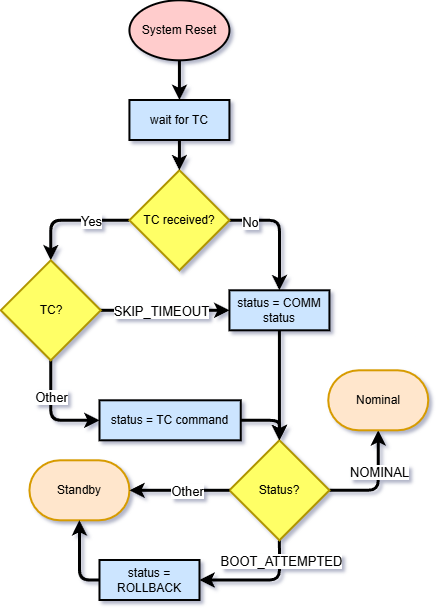
Above: Diagrams/ESA Secure Boot Flowchart.Startup.png in matyaskollert/ESA-SAVOIR-Secure-Boot (draw.io), before the change. Source tidied: cells renumbered, new cells last; positions are measured from the earlier drawing's top-left corner, leaving out a move shared by most shapes.
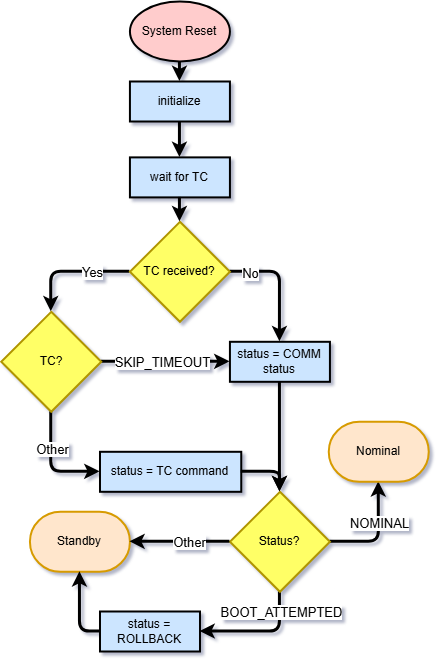
Above is the later version.

What changed in the source:
```diff
@@ -3,7 +3,7 @@
     <mxCell id="0" />
     <mxCell id="1" parent="0" />
     <mxCell id="2" value="System Reset" style="strokeWidth=2;html=1;shape=mxgraph.flowchart.start_1;whiteSpace=wrap;rounded=0;fillColor=#FFCCCC;" parent="1" vertex="1">
-      <mxGeometry x="128.4" y="0.3" width="100" height="60" as="geometry" />
+      <mxGeometry x="128.4" y="-50" width="100" height="60" as="geometry" />
     </mxCell>
     <mxCell id="3" style="edgeStyle=orthogonalEdgeStyle;rounded=1;jettySize=auto;html=1;exitX=0;exitY=0.5;exitDx=0;exitDy=0;exitPerimeter=0;entryX=0.5;entryY=0;entryDx=0;entryDy=0;entryPerimeter=0;strokeWidth=3;curved=0;" parent="1" edge="1" source="7" target="13">
       <mxGeometry relative="1" as="geometry" />
@@ -80,14 +80,14 @@
     <mxCell id="25" value="Other" style="edgeLabel;html=1;align=center;verticalAlign=middle;fontSize=13;" parent="24" vertex="1">
       <mxGeometry x="-0.15" relative="1" as="geometry" />
     </mxCell>
-    <mxCell id="26" style="edgeStyle=orthogonalEdgeStyle;rounded=1;jettySize=auto;html=1;exitX=0.5;exitY=1;exitDx=0;exitDy=0;entryX=0.5;entryY=0;entryDx=0;entryDy=0;entryPerimeter=0;strokeWidth=3;curved=0;" parent="1" edge="1" source="28" target="7">
+    <mxCell id="26" style="edgeStyle=orthogonalEdgeStyle;rounded=1;jettySize=auto;html=1;exitX=0.5;exitY=1;exitDx=0;exitDy=0;entryX=0.5;entryY=0;entryDx=0;entryDy=0;strokeWidth=3;curved=0;" parent="1" edge="1" source="28" target="31">
       <mxGeometry relative="1" as="geometry" />
     </mxCell>
     <mxCell id="27" style="edgeStyle=orthogonalEdgeStyle;rounded=1;jettySize=auto;html=1;exitX=0.5;exitY=1;exitDx=0;exitDy=0;exitPerimeter=0;entryX=0.5;entryY=0;entryDx=0;entryDy=0;strokeWidth=3;curved=0;" parent="1" edge="1" source="2" target="28">
       <mxGeometry relative="1" as="geometry" />
     </mxCell>
-    <mxCell id="28" value="wait for TC" style="rounded=0;whiteSpace=wrap;html=1;absoluteArcSize=1;arcSize=14;strokeWidth=2;fillColor=#CCE5FF;" parent="1" vertex="1">
-      <mxGeometry x="128.4" y="100" width="100" height="40" as="geometry" />
+    <mxCell id="28" value="initialize" style="rounded=0;whiteSpace=wrap;html=1;absoluteArcSize=1;arcSize=14;strokeWidth=2;fillColor=#CCE5FF;" parent="1" vertex="1">
+      <mxGeometry x="128.4" y="30" width="100" height="40" as="geometry" />
     </mxCell>
     <mxCell id="29" value="status = ROLLBACK" style="rounded=0;whiteSpace=wrap;html=1;absoluteArcSize=1;arcSize=14;strokeWidth=2;fillColor=#CCE5FF;" parent="1" vertex="1">
       <mxGeometry x="98.5" y="560" width="100" height="40" as="geometry" />
@@ -95,5 +95,11 @@
     <mxCell id="30" style="edgeStyle=orthogonalEdgeStyle;rounded=1;jettySize=auto;html=1;exitX=0;exitY=0.5;exitDx=0;exitDy=0;entryX=0.5;entryY=1;entryDx=0;entryDy=0;entryPerimeter=0;strokeWidth=3;curved=0;" parent="1" edge="1" source="29" target="23">
       <mxGeometry relative="1" as="geometry" />
     </mxCell>
+    <mxCell id="31" value="wait for TC" style="rounded=0;whiteSpace=wrap;html=1;absoluteArcSize=1;arcSize=14;strokeWidth=2;fillColor=#CCE5FF;" parent="1" vertex="1">
+      <mxGeometry x="128.4" y="105.9" width="100" height="40" as="geometry" />
+    </mxCell>
+    <mxCell id="32" style="edgeStyle=orthogonalEdgeStyle;rounded=1;jettySize=auto;html=1;exitX=0.5;exitY=1;exitDx=0;exitDy=0;entryX=0.5;entryY=0;entryDx=0;entryDy=0;entryPerimeter=0;strokeWidth=3;curved=0;" parent="1" edge="1" source="31" target="7">
+      <mxGeometry relative="1" as="geometry" />
+    </mxCell>
   </root>
 </mxGraphModel>
```
